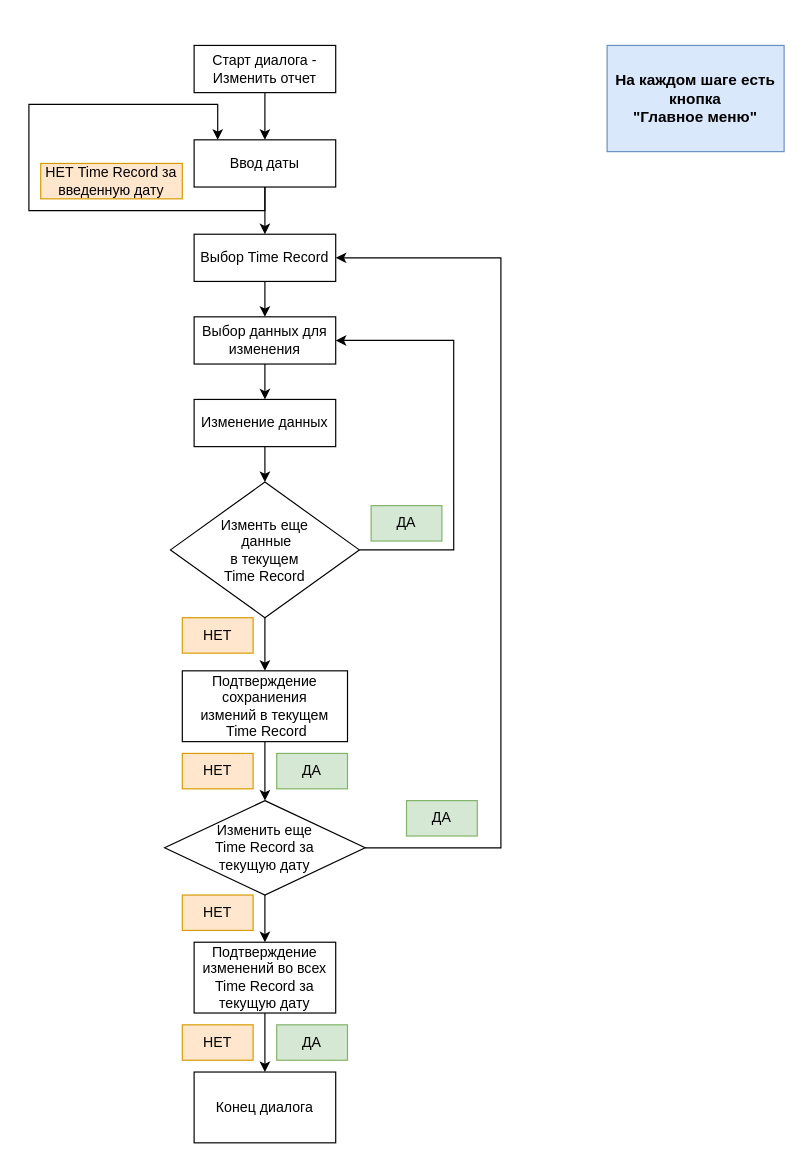
gameWizzards/reporting-bot keeps this draw.io diagram as docs/edit_report_dialog.drawio. Above is the earlier version. Source tidied: cells renumbered, new cells numbered last; positions are measured from the earlier drawing's top-left corner, leaving out a move shared by most shapes. Both pictures are drawn from the tidied source at 118%, with x=0, y=0 at pixel (28, 45).
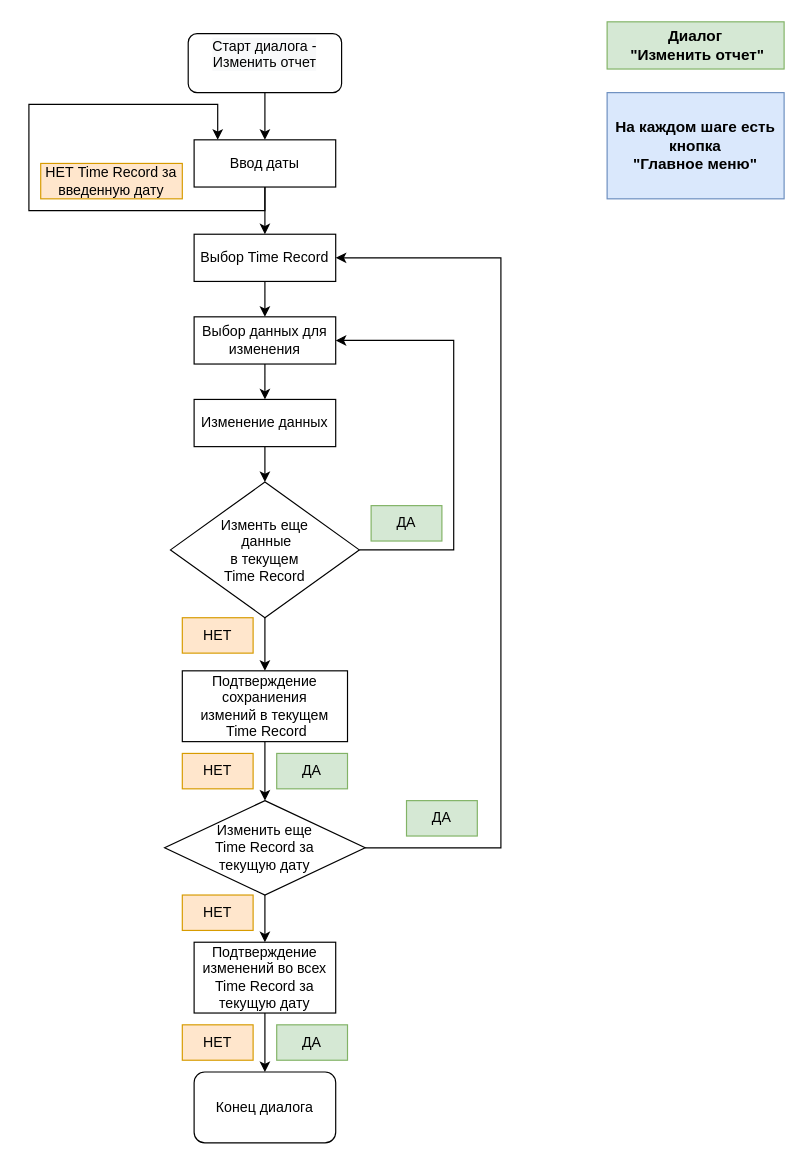
After the change.

Unchanged cells that the change refers to:
```xml
<mxCell id="7" value="Ввод даты" style="whiteSpace=wrap;html=1;rounded=0;" parent="1" vertex="1">
  <mxGeometry x="140" y="80" width="120" height="40" as="geometry" />
</mxCell>
<mxCell id="18" value="Подтверждение изменений во всех Time Record за текущую дату" style="whiteSpace=wrap;html=1;rounded=0;" parent="1" vertex="1">
  <mxGeometry x="140" y="760" width="120" height="60" as="geometry" />
</mxCell>
```

Diff of the diagram source:
```diff
@@
-    <mxCell id="2" style="edgeStyle=orthogonalEdgeStyle;rounded=0;jettySize=auto;html=1;" parent="1" edge="1" source="3" target="7">
+    <mxCell id="2" style="edgeStyle=orthogonalEdgeStyle;rounded=0;jettySize=auto;html=1;exitX=0.5;exitY=1;exitDx=0;exitDy=0;exitPerimeter=0;" parent="1" edge="1" source="3" target="7">
       <mxGeometry relative="1" as="geometry" />
     </mxCell>
-    <mxCell id="3" value="Старт диалога -&lt;br&gt;Изменить отчет" style="rounded=0;whiteSpace=wrap;html=1;" parent="1" vertex="1">
-      <mxGeometry x="140" width="120" height="40" as="geometry" />
-    </mxCell>
     <mxCell id="4" value="&lt;font style=&quot;font-size: 13px&quot;&gt;&lt;b&gt;На каждом шаге есть кнопка &lt;br&gt;&quot;Главное меню&quot;&lt;/b&gt;&lt;/font&gt;" style="text;html=1;strokeColor=#6c8ebf;fillColor=#dae8fc;align=center;verticalAlign=middle;whiteSpace=wrap;rounded=0;" parent="1" vertex="1">
-      <mxGeometry x="490" width="150" height="90" as="geometry" />
+      <mxGeometry x="490" y="40" width="150" height="90" as="geometry" />
     </mxCell>
@@
-    <mxCell id="17" style="edgeStyle=orthogonalEdgeStyle;rounded=0;jettySize=auto;html=1;" parent="1" edge="1" source="18" target="19">
+    <mxCell id="17" style="edgeStyle=orthogonalEdgeStyle;rounded=0;jettySize=auto;html=1;entryX=0.5;entryY=0;entryDx=0;entryDy=0;" parent="1" edge="1" source="18" target="19">
       <mxGeometry relative="1" as="geometry" />
     </mxCell>
@@
-    <mxCell id="19" value="Конец диалога" style="whiteSpace=wrap;html=1;rounded=0;" parent="1" vertex="1">
-      <mxGeometry x="140" y="870" width="120" height="60" as="geometry" />
-    </mxCell>
@@
+    <mxCell id="3" value="&#10;&lt;span style=&quot;color: rgb(0, 0, 0); font-family: Helvetica; font-size: 12px; font-style: normal; font-variant-ligatures: normal; font-variant-caps: normal; font-weight: 400; letter-spacing: normal; orphans: 2; text-align: center; text-indent: 0px; text-transform: none; widows: 2; word-spacing: 0px; -webkit-text-stroke-width: 0px; background-color: rgb(248, 249, 250); text-decoration-thickness: initial; text-decoration-style: initial; text-decoration-color: initial; float: none; display: inline !important;&quot;&gt;Старт диалога -&lt;/span&gt;&lt;br style=&quot;color: rgb(0, 0, 0); font-family: Helvetica; font-size: 12px; font-style: normal; font-variant-ligatures: normal; font-variant-caps: normal; font-weight: 400; letter-spacing: normal; orphans: 2; text-align: center; text-indent: 0px; text-transform: none; widows: 2; word-spacing: 0px; -webkit-text-stroke-width: 0px; background-color: rgb(248, 249, 250); text-decoration-thickness: initial; text-decoration-style: initial; text-decoration-color: initial;&quot;&gt;&lt;span style=&quot;color: rgb(0, 0, 0); font-family: Helvetica; font-size: 12px; font-style: normal; font-variant-ligatures: normal; font-variant-caps: normal; font-weight: 400; letter-spacing: normal; orphans: 2; text-align: center; text-indent: 0px; text-transform: none; widows: 2; word-spacing: 0px; -webkit-text-stroke-width: 0px; background-color: rgb(248, 249, 250); text-decoration-thickness: initial; text-decoration-style: initial; text-decoration-color: initial; float: none; display: inline !important;&quot;&gt;Изменить отчет&lt;/span&gt;&#10;&#10;" style="rounded=1;whiteSpace=wrap;html=1;" parent="1" vertex="1">
+      <mxGeometry x="135" y="-10" width="130" height="50" as="geometry" />
+    </mxCell>
+    <mxCell id="19" value="Конец диалога" style="rounded=1;whiteSpace=wrap;html=1;" parent="1" vertex="1">
+      <mxGeometry x="140" y="870" width="120" height="60" as="geometry" />
+    </mxCell>
+    <mxCell id="34" value="&lt;span style=&quot;font-size: 13px;&quot;&gt;&lt;b&gt;Диалог&lt;br&gt;&amp;nbsp;&quot;Изменить отчет&quot;&lt;/b&gt;&lt;/span&gt;" style="text;html=1;strokeColor=#82b366;fillColor=#d5e8d4;align=center;verticalAlign=middle;whiteSpace=wrap;rounded=0;" parent="1" vertex="1">
+      <mxGeometry x="490" y="-20" width="150" height="40" as="geometry" />
+    </mxCell>
```
